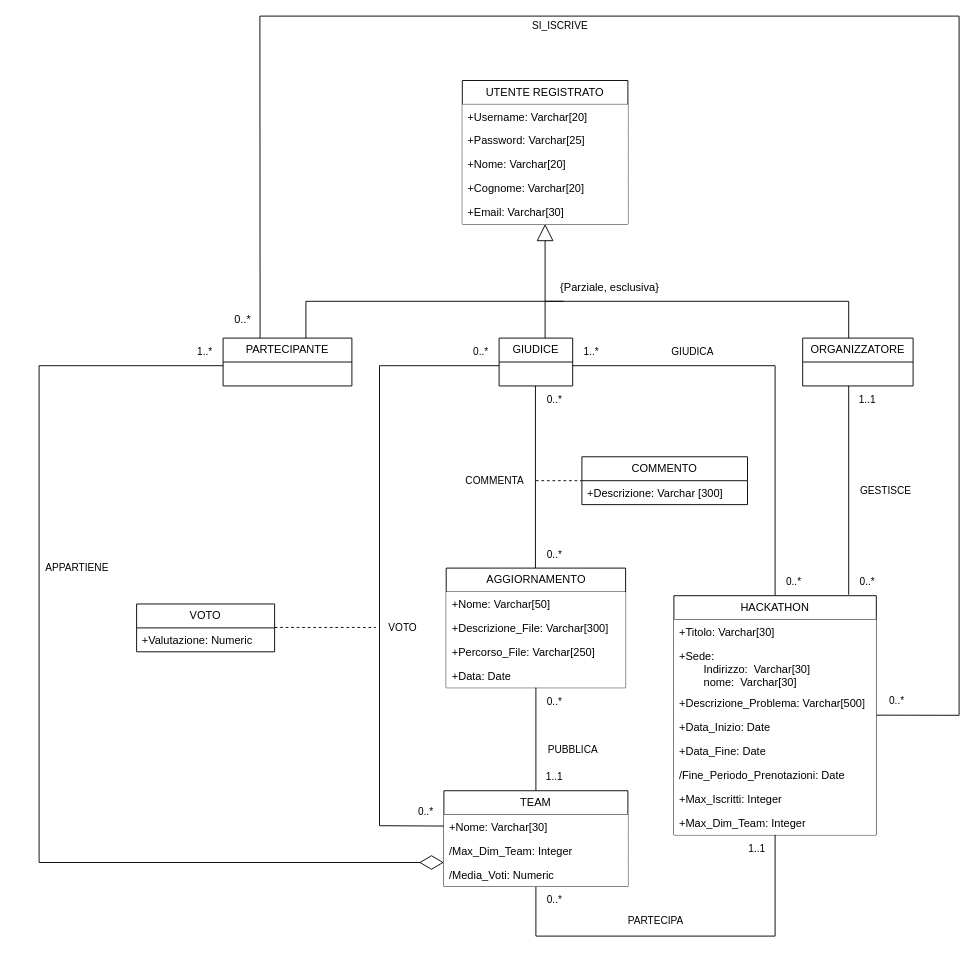
Before: Diagramma UML Hackathon.drawio in galetizia/Progetto-DB, a draw.io diagram. Source tidied: cells renumbered, new cells numbered last; positions are measured from the earlier drawing's top-left corner, leaving out a move shared by most shapes. Both pictures are drawn from the tidied source at 92%, with x=0, y=0 at pixel (39, 16).
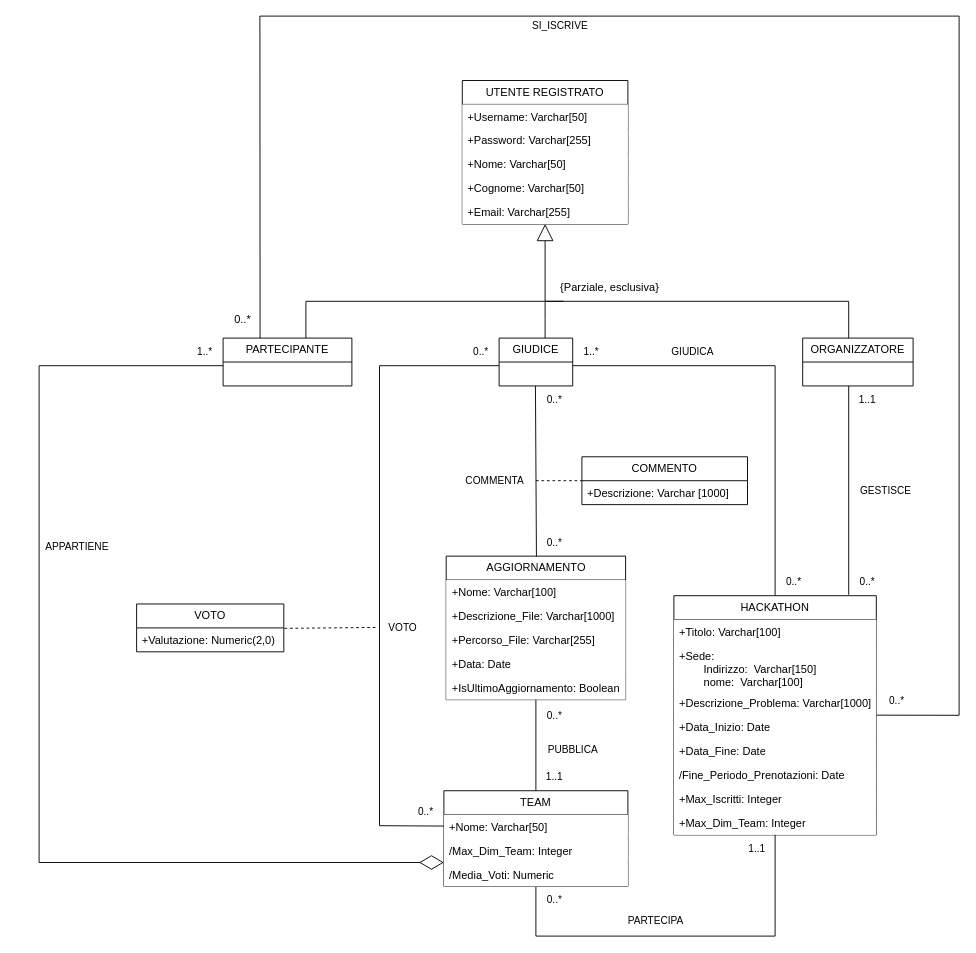
Above is the later version.

Commit message (it also covers changes not shown here):
aggiornata documentazione, cambiate dimensioni massime di alcuni attributi poiché erano troppo piccoli e rischiosi, aggiornati anche i diagrammi di conseguenza

Unchanged cells that the change refers to:
```xml
<mxCell id="3" style="endArrow=diamondThin;endFill=0;endSize=24;html=1;rounded=0;entryX=0;entryY=0;entryDx=0;entryDy=0;entryPerimeter=0;" parent="2" edge="1" target="23">
  <mxGeometry relative="1" as="geometry">
    <mxPoint y="30" as="sourcePoint" />
    <Array as="points">
      <mxPoint x="-200" y="30" />
      <mxPoint x="-200" y="570" />
    </Array>
  </mxGeometry>
</mxCell>
<mxCell id="10" value="HACKATHON" style="swimlane;fontStyle=0;horizontal=1;startSize=26;fillColor=default;whiteSpace=wrap;html=1;" parent="1" vertex="1">
  <mxGeometry x="690" y="630" width="220" height="260" as="geometry" />
</mxCell>
<mxCell id="20" value="TEAM" style="swimlane;fontStyle=0;horizontal=1;startSize=26;fillColor=default;whiteSpace=wrap;html=1;" parent="1" vertex="1">
  <mxGeometry x="440" y="842" width="200" height="104" as="geometry" />
</mxCell>
<mxCell id="52" value="UTENTE REGISTRATO" style="swimlane;fontStyle=0;horizontal=1;startSize=26;fillColor=default;whiteSpace=wrap;html=1;" parent="1" vertex="1">
  <mxGeometry x="460" y="70" width="180" height="156" as="geometry" />
</mxCell>
<mxCell id="67" value="COMMENTO" style="swimlane;fontStyle=0;horizontal=1;startSize=26;fillColor=none;whiteSpace=wrap;html=1;" parent="1" vertex="1">
  <mxGeometry x="590" y="479" width="180" height="52" as="geometry" />
</mxCell>
```

The edit, as a diff of the source:
```diff
@@
     <mxCell id="4" value="APPARTIENE" style="edgeLabel;html=1;align=center;verticalAlign=middle;" parent="3" vertex="1">
       <mxGeometry x="-0.29" y="-3" relative="1" as="geometry">
-        <mxPoint x="43" as="offset" />
+        <mxPoint x="43" y="-23" as="offset" />
       </mxGeometry>
     </mxCell>
@@
-    <mxCell id="11" value="+Titolo: Varchar[30]" style="text;strokeColor=none;fillColor=default;align=left;verticalAlign=top;spacingLeft=4;spacingRight=4;overflow=hidden;whiteSpace=wrap;html=1;" parent="10" vertex="1">
+    <mxCell id="11" value="+Titolo: Varchar[100]" style="text;strokeColor=none;fillColor=default;align=left;verticalAlign=top;spacingLeft=4;spacingRight=4;overflow=hidden;whiteSpace=wrap;html=1;" parent="10" vertex="1">
       <mxGeometry y="26" width="220" height="26" as="geometry" />
     </mxCell>
-    <mxCell id="12" value="+Sede:&lt;div&gt;&lt;span style=&quot;white-space: pre;&quot;&gt;&#9;&lt;/span&gt;Indirizzo:&amp;nbsp;&lt;span style=&quot;background-color: transparent; color: light-dark(rgb(0, 0, 0), rgb(255, 255, 255));&quot;&gt;&amp;nbsp;&lt;/span&gt;&lt;span style=&quot;background-color: transparent; color: light-dark(rgb(0, 0, 0), rgb(255, 255, 255));&quot;&gt;Varchar[30]&lt;/span&gt;&lt;br&gt;&lt;/div&gt;&lt;div&gt;&lt;span style=&quot;background-color: transparent; color: light-dark(rgb(0, 0, 0), rgb(255, 255, 255));&quot;&gt;&lt;span style=&quot;white-space: pre;&quot;&gt;&#9;&lt;/span&gt;nome:&amp;nbsp;&lt;/span&gt;&lt;span style=&quot;background-color: transparent; color: light-dark(rgb(0, 0, 0), rgb(255, 255, 255));&quot;&gt;&amp;nbsp;&lt;/span&gt;&lt;span style=&quot;background-color: transparent; color: light-dark(rgb(0, 0, 0), rgb(255, 255, 255));&quot;&gt;Varchar[30]&lt;/span&gt;&lt;span style=&quot;background-color: transparent; color: light-dark(rgb(0, 0, 0), rgb(255, 255, 255));&quot;&gt;&lt;br&gt;&lt;/span&gt;&lt;/div&gt;" style="text;strokeColor=none;fillColor=default;align=left;verticalAlign=top;spacingLeft=4;spacingRight=4;overflow=hidden;whiteSpace=wrap;html=1;" parent="10" vertex="1">
+    <mxCell id="12" value="+Sede:&lt;div&gt;&lt;span style=&quot;white-space: pre;&quot;&gt;&#9;&lt;/span&gt;Indirizzo:&amp;nbsp;&lt;span style=&quot;background-color: transparent; color: light-dark(rgb(0, 0, 0), rgb(255, 255, 255));&quot;&gt;&amp;nbsp;&lt;/span&gt;&lt;span style=&quot;background-color: transparent; color: light-dark(rgb(0, 0, 0), rgb(255, 255, 255));&quot;&gt;Varchar[150]&lt;/span&gt;&lt;br&gt;&lt;/div&gt;&lt;div&gt;&lt;span style=&quot;background-color: transparent; color: light-dark(rgb(0, 0, 0), rgb(255, 255, 255));&quot;&gt;&lt;span style=&quot;white-space: pre;&quot;&gt;&#9;&lt;/span&gt;nome:&amp;nbsp;&lt;/span&gt;&lt;span style=&quot;background-color: transparent; color: light-dark(rgb(0, 0, 0), rgb(255, 255, 255));&quot;&gt;&amp;nbsp;&lt;/span&gt;&lt;span style=&quot;background-color: transparent; color: light-dark(rgb(0, 0, 0), rgb(255, 255, 255));&quot;&gt;Varchar[100]&lt;/span&gt;&lt;span style=&quot;background-color: transparent; color: light-dark(rgb(0, 0, 0), rgb(255, 255, 255));&quot;&gt;&lt;br&gt;&lt;/span&gt;&lt;/div&gt;" style="text;strokeColor=none;fillColor=default;align=left;verticalAlign=top;spacingLeft=4;spacingRight=4;overflow=hidden;whiteSpace=wrap;html=1;" parent="10" vertex="1">
       <mxGeometry y="52" width="220" height="52" as="geometry" />
     </mxCell>
-    <mxCell id="13" value="+Descrizione_Problema: Varchar[500]" style="text;strokeColor=none;fillColor=default;align=left;verticalAlign=top;spacingLeft=4;spacingRight=4;overflow=hidden;whiteSpace=wrap;html=1;" parent="10" vertex="1">
+    <mxCell id="13" value="+Descrizione_Problema: Varchar[1000]" style="text;strokeColor=none;fillColor=default;align=left;verticalAlign=top;spacingLeft=4;spacingRight=4;overflow=hidden;whiteSpace=wrap;html=1;" parent="10" vertex="1">
       <mxGeometry y="104" width="220" height="26" as="geometry" />
     </mxCell>
@@
-    <mxCell id="21" value="+Nome: Varchar[30]" style="text;strokeColor=none;fillColor=default;align=left;verticalAlign=top;spacingLeft=4;spacingRight=4;overflow=hidden;points=[[0,0.5],[1,0.5]];portConstraint=eastwest;whiteSpace=wrap;html=1;" parent="20" vertex="1">
+    <mxCell id="21" value="+Nome: Varchar[50]" style="text;strokeColor=none;fillColor=default;align=left;verticalAlign=top;spacingLeft=4;spacingRight=4;overflow=hidden;points=[[0,0.5],[1,0.5]];portConstraint=eastwest;whiteSpace=wrap;html=1;" parent="20" vertex="1">
       <mxGeometry y="26" width="200" height="26" as="geometry" />
     </mxCell>
@@
     <mxCell id="24" value="AGGIORNAMENTO" style="swimlane;fontStyle=0;horizontal=1;startSize=26;fillColor=default;whiteSpace=wrap;html=1;" parent="1" vertex="1">
-      <mxGeometry x="442.5" y="600" width="195" height="130" as="geometry" />
+      <mxGeometry x="442.5" y="587" width="195" height="156" as="geometry" />
     </mxCell>
-    <mxCell id="25" value="+Nome: Varchar[50]" style="text;strokeColor=none;fillColor=default;align=left;verticalAlign=top;spacingLeft=4;spacingRight=4;overflow=hidden;whiteSpace=wrap;html=1;" parent="24" vertex="1">
+    <mxCell id="25" value="+Nome: Varchar[100]" style="text;strokeColor=none;fillColor=default;align=left;verticalAlign=top;spacingLeft=4;spacingRight=4;overflow=hidden;whiteSpace=wrap;html=1;" parent="24" vertex="1">
       <mxGeometry y="26" width="195" height="26" as="geometry" />
     </mxCell>
-    <mxCell id="26" value="+Descrizione_File: Varchar[300]" style="text;strokeColor=none;fillColor=default;align=left;verticalAlign=top;spacingLeft=4;spacingRight=4;overflow=hidden;whiteSpace=wrap;html=1;" parent="24" vertex="1">
+    <mxCell id="26" value="+Descrizione_File: Varchar[1000]" style="text;strokeColor=none;fillColor=default;align=left;verticalAlign=top;spacingLeft=4;spacingRight=4;overflow=hidden;whiteSpace=wrap;html=1;" parent="24" vertex="1">
       <mxGeometry y="52" width="195" height="26" as="geometry" />
     </mxCell>
-    <mxCell id="27" value="+Percorso_File: Varchar[250]" style="text;strokeColor=none;fillColor=default;align=left;verticalAlign=top;spacingLeft=4;spacingRight=4;overflow=hidden;whiteSpace=wrap;html=1;" parent="24" vertex="1">
+    <mxCell id="27" value="+Percorso_File: Varchar[255]" style="text;strokeColor=none;fillColor=default;align=left;verticalAlign=top;spacingLeft=4;spacingRight=4;overflow=hidden;whiteSpace=wrap;html=1;" parent="24" vertex="1">
       <mxGeometry y="78" width="195" height="26" as="geometry" />
     </mxCell>
@@
+    <mxCell id="70" value="+IsUltimoAggiornamento: Boolean" style="text;strokeColor=none;fillColor=default;align=left;verticalAlign=top;spacingLeft=4;spacingRight=4;overflow=hidden;whiteSpace=wrap;html=1;" parent="24" vertex="1">
+      <mxGeometry y="130" width="195" height="26" as="geometry" />
+    </mxCell>
@@
-    <mxCell id="30" style="edgeStyle=none;shape=connector;rounded=0;orthogonalLoop=1;jettySize=auto;html=1;exitX=0.5;exitY=0;exitDx=0;exitDy=0;entryX=0.5;entryY=1;entryDx=0;entryDy=0;strokeColor=default;align=center;verticalAlign=middle;fontFamily=Helvetica;fontSize=11;fontColor=default;labelBackgroundColor=default;endArrow=none;" parent="1" edge="1">
+    <mxCell id="30" style="edgeStyle=none;shape=connector;rounded=0;jettySize=auto;html=1;entryX=0.5;entryY=1;entryDx=0;entryDy=0;strokeColor=default;align=center;verticalAlign=middle;fontFamily=Helvetica;fontSize=11;fontColor=default;labelBackgroundColor=default;endArrow=none;exitX=0.503;exitY=0.001;exitDx=0;exitDy=0;exitPerimeter=0;" parent="1" edge="1" source="24">
       <mxGeometry relative="1" as="geometry">
-        <mxPoint x="539.5" y="600" as="sourcePoint" />
         <mxPoint x="539.5" y="402" as="targetPoint" />
       </mxGeometry>
     </mxCell>
     <mxCell id="31" value="VOTO" style="swimlane;fontStyle=0;horizontal=1;startSize=26;fillColor=none;whiteSpace=wrap;html=1;" parent="1" vertex="1">
-      <mxGeometry x="106" y="639" width="150" height="52" as="geometry" />
+      <mxGeometry x="106" y="639" width="160" height="52" as="geometry" />
     </mxCell>
-    <mxCell id="32" value="+Valutazione: Numeric" style="text;strokeColor=none;fillColor=none;align=left;verticalAlign=top;spacingLeft=4;spacingRight=4;overflow=hidden;points=[[0,0.5],[1,0.5]];portConstraint=eastwest;whiteSpace=wrap;html=1;" parent="31" vertex="1">
-      <mxGeometry y="26" width="150" height="26" as="geometry" />
+    <mxCell id="32" value="+Valutazione: Numeric(2,0)" style="text;strokeColor=none;fillColor=none;align=left;verticalAlign=top;spacingLeft=4;spacingRight=4;overflow=hidden;points=[[0,0.5],[1,0.5]];portConstraint=eastwest;whiteSpace=wrap;html=1;" parent="31" vertex="1">
+      <mxGeometry y="26" width="160" height="26" as="geometry" />
     </mxCell>
@@
     <mxCell id="40" value="0..*" style="text;html=1;align=center;verticalAlign=middle;strokeColor=none;fillColor=none;fontFamily=Helvetica;fontSize=11;fontColor=default;labelBackgroundColor=default;" parent="1" vertex="1">
-      <mxGeometry x="540" y="730" width="40" height="30" as="geometry" />
+      <mxGeometry x="540" y="745" width="40" height="30" as="geometry" />
     </mxCell>
@@
     <mxCell id="43" value="0..*" style="text;html=1;align=center;verticalAlign=middle;strokeColor=none;fillColor=none;fontFamily=Helvetica;fontSize=11;fontColor=default;labelBackgroundColor=default;" parent="1" vertex="1">
-      <mxGeometry x="540" y="570" width="40" height="30" as="geometry" />
+      <mxGeometry x="540" y="557" width="40" height="30" as="geometry" />
     </mxCell>
@@
-    <mxCell id="53" value="+Username: Varchar[20]" style="text;strokeColor=none;fillColor=default;align=left;verticalAlign=top;spacingLeft=4;spacingRight=4;overflow=hidden;whiteSpace=wrap;html=1;" parent="52" vertex="1">
+    <mxCell id="53" value="+Username: Varchar[50]" style="text;strokeColor=none;fillColor=default;align=left;verticalAlign=top;spacingLeft=4;spacingRight=4;overflow=hidden;whiteSpace=wrap;html=1;" parent="52" vertex="1">
       <mxGeometry y="26" width="180" height="26" as="geometry" />
     </mxCell>
-    <mxCell id="54" value="+Password: Varchar[25]" style="text;strokeColor=none;fillColor=default;align=left;verticalAlign=top;spacingLeft=4;spacingRight=4;overflow=hidden;whiteSpace=wrap;html=1;" parent="52" vertex="1">
+    <mxCell id="54" value="+Password: Varchar[255]" style="text;strokeColor=none;fillColor=default;align=left;verticalAlign=top;spacingLeft=4;spacingRight=4;overflow=hidden;whiteSpace=wrap;html=1;" parent="52" vertex="1">
       <mxGeometry y="52" width="180" height="26" as="geometry" />
     </mxCell>
-    <mxCell id="55" value="+Nome: Varchar[20]" style="text;strokeColor=none;fillColor=default;align=left;verticalAlign=top;spacingLeft=4;spacingRight=4;overflow=hidden;whiteSpace=wrap;html=1;" parent="52" vertex="1">
+    <mxCell id="55" value="+Nome: Varchar[50]" style="text;strokeColor=none;fillColor=default;align=left;verticalAlign=top;spacingLeft=4;spacingRight=4;overflow=hidden;whiteSpace=wrap;html=1;" parent="52" vertex="1">
       <mxGeometry y="78" width="180" height="26" as="geometry" />
     </mxCell>
-    <mxCell id="56" value="+Cognome: Varchar[20]" style="text;strokeColor=none;fillColor=default;align=left;verticalAlign=top;spacingLeft=4;spacingRight=4;overflow=hidden;whiteSpace=wrap;html=1;" parent="52" vertex="1">
+    <mxCell id="56" value="+Cognome: Varchar[50]" style="text;strokeColor=none;fillColor=default;align=left;verticalAlign=top;spacingLeft=4;spacingRight=4;overflow=hidden;whiteSpace=wrap;html=1;" parent="52" vertex="1">
       <mxGeometry y="104" width="180" height="26" as="geometry" />
     </mxCell>
-    <mxCell id="57" value="+Email: Varchar[30&lt;span style=&quot;background-color: transparent; color: light-dark(rgb(0, 0, 0), rgb(255, 255, 255));&quot;&gt;]&lt;/span&gt;" style="text;strokeColor=none;fillColor=default;align=left;verticalAlign=top;spacingLeft=4;spacingRight=4;overflow=hidden;whiteSpace=wrap;html=1;" parent="52" vertex="1">
+    <mxCell id="57" value="+Email: Varchar[255&lt;span style=&quot;background-color: transparent; color: light-dark(rgb(0, 0, 0), rgb(255, 255, 255));&quot;&gt;]&lt;/span&gt;" style="text;strokeColor=none;fillColor=default;align=left;verticalAlign=top;spacingLeft=4;spacingRight=4;overflow=hidden;whiteSpace=wrap;html=1;" parent="52" vertex="1">
       <mxGeometry y="130" width="180" height="26" as="geometry" />
     </mxCell>
@@
-    <mxCell id="66" style="edgeStyle=none;shape=connector;rounded=0;orthogonalLoop=1;jettySize=auto;html=1;exitX=1;exitY=0.5;exitDx=0;exitDy=0;strokeColor=default;align=center;verticalAlign=middle;fontFamily=Helvetica;fontSize=11;fontColor=default;labelBackgroundColor=default;endArrow=none;dashed=1;" parent="1" edge="1">
+    <mxCell id="66" style="edgeStyle=none;shape=connector;rounded=0;jettySize=auto;html=1;exitX=1.004;exitY=0.019;exitDx=0;exitDy=0;strokeColor=default;align=center;verticalAlign=middle;fontFamily=Helvetica;fontSize=11;fontColor=default;labelBackgroundColor=default;endArrow=none;dashed=1;exitPerimeter=0;" parent="1" edge="1" source="32">
       <mxGeometry relative="1" as="geometry">
-        <mxPoint x="256" y="664.5" as="sourcePoint" />
         <mxPoint x="366" y="664.5" as="targetPoint" />
       </mxGeometry>
     </mxCell>
@@
-    <mxCell id="68" value="+Descrizione: Varchar [300]" style="text;strokeColor=none;fillColor=none;align=left;verticalAlign=top;spacingLeft=4;spacingRight=4;overflow=hidden;whiteSpace=wrap;html=1;" parent="67" vertex="1">
+    <mxCell id="68" value="+Descrizione: Varchar [1000]" style="text;strokeColor=none;fillColor=none;align=left;verticalAlign=top;spacingLeft=4;spacingRight=4;overflow=hidden;whiteSpace=wrap;html=1;" parent="67" vertex="1">
       <mxGeometry y="26" width="180" height="26" as="geometry" />
     </mxCell>
```
